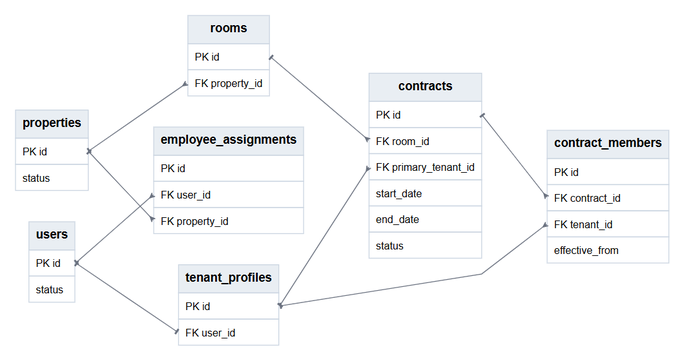
This is docs/diagrams/erd-cu-tru.png from hieunofun/quanlytro, a Graphviz export, as it was before one commit. Its source is kept beside it as docs/diagrams/erd-cu-tru.dot.
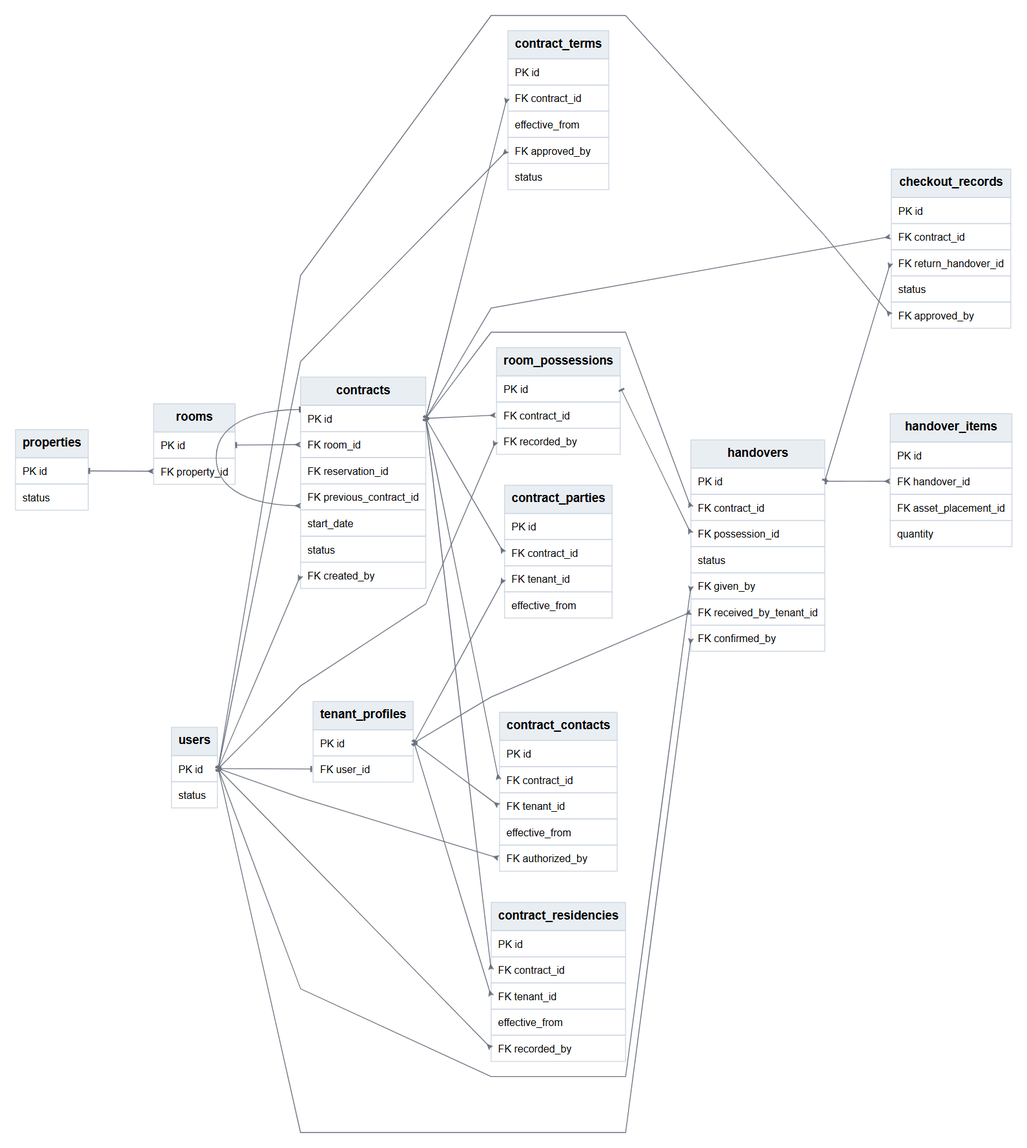
After the commit.

Change to the diagram source:
```diff
@@ -6,15 +6,39 @@
 tenant_profiles [label=<<TABLE BORDER="0" CELLBORDER="1" CELLSPACING="0" CELLPADDING="7" COLOR="#CBD5E1"><TR><TD BGCOLOR="#E9EEF3"><B>tenant_profiles</B></TD></TR><TR><TD PORT="id" ALIGN="LEFT"><FONT POINT-SIZE="12">PK id</FONT></TD></TR><TR><TD PORT="user_id" ALIGN="LEFT"><FONT POINT-SIZE="12">FK user_id</FONT></TD></TR></TABLE>>];
 properties [label=<<TABLE BORDER="0" CELLBORDER="1" CELLSPACING="0" CELLPADDING="7" COLOR="#CBD5E1"><TR><TD BGCOLOR="#E9EEF3"><B>properties</B></TD></TR><TR><TD PORT="id" ALIGN="LEFT"><FONT POINT-SIZE="12">PK id</FONT></TD></TR><TR><TD PORT="status" ALIGN="LEFT"><FONT POINT-SIZE="12">status</FONT></TD></TR></TABLE>>];
 rooms [label=<<TABLE BORDER="0" CELLBORDER="1" CELLSPACING="0" CELLPADDING="7" COLOR="#CBD5E1"><TR><TD BGCOLOR="#E9EEF3"><B>rooms</B></TD></TR><TR><TD PORT="id" ALIGN="LEFT"><FONT POINT-SIZE="12">PK id</FONT></TD></TR><TR><TD PORT="property_id" ALIGN="LEFT"><FONT POINT-SIZE="12">FK property_id</FONT></TD></TR></TABLE>>];
-contracts [label=<<TABLE BORDER="0" CELLBORDER="1" CELLSPACING="0" CELLPADDING="7" COLOR="#CBD5E1"><TR><TD BGCOLOR="#E9EEF3"><B>contracts</B></TD></TR><TR><TD PORT="id" ALIGN="LEFT"><FONT POINT-SIZE="12">PK id</FONT></TD></TR><TR><TD PORT="room_id" ALIGN="LEFT"><FONT POINT-SIZE="12">FK room_id</FONT></TD></TR><TR><TD PORT="primary_tenant_id" ALIGN="LEFT"><FONT POINT-SIZE="12">FK primary_tenant_id</FONT></TD></TR><TR><TD PORT="start_date" ALIGN="LEFT"><FONT POINT-SIZE="12">start_date</FONT></TD></TR><TR><TD PORT="end_date" ALIGN="LEFT"><FONT POINT-SIZE="12">end_date</FONT></TD></TR><TR><TD PORT="status" ALIGN="LEFT"><FONT POINT-SIZE="12">status</FONT></TD></TR></TABLE>>];
-contract_members [label=<<TABLE BORDER="0" CELLBORDER="1" CELLSPACING="0" CELLPADDING="7" COLOR="#CBD5E1"><TR><TD BGCOLOR="#E9EEF3"><B>contract_members</B></TD></TR><TR><TD PORT="id" ALIGN="LEFT"><FONT POINT-SIZE="12">PK id</FONT></TD></TR><TR><TD PORT="contract_id" ALIGN="LEFT"><FONT POINT-SIZE="12">FK contract_id</FONT></TD></TR><TR><TD PORT="tenant_id" ALIGN="LEFT"><FONT POINT-SIZE="12">FK tenant_id</FONT></TD></TR><TR><TD PORT="effective_from" ALIGN="LEFT"><FONT POINT-SIZE="12">effective_from</FONT></TD></TR></TABLE>>];
-employee_assignments [label=<<TABLE BORDER="0" CELLBORDER="1" CELLSPACING="0" CELLPADDING="7" COLOR="#CBD5E1"><TR><TD BGCOLOR="#E9EEF3"><B>employee_assignments</B></TD></TR><TR><TD PORT="id" ALIGN="LEFT"><FONT POINT-SIZE="12">PK id</FONT></TD></TR><TR><TD PORT="user_id" ALIGN="LEFT"><FONT POINT-SIZE="12">FK user_id</FONT></TD></TR><TR><TD PORT="property_id" ALIGN="LEFT"><FONT POINT-SIZE="12">FK property_id</FONT></TD></TR></TABLE>>];
-contracts:id -> contract_members:contract_id [dir=both, arrowtail=tee, arrowhead=crow];
-tenant_profiles:id -> contract_members:tenant_id [dir=both, arrowtail=tee, arrowhead=crow];
-tenant_profiles:id -> contracts:primary_tenant_id [dir=both, arrowtail=tee, arrowhead=crow];
+contracts [label=<<TABLE BORDER="0" CELLBORDER="1" CELLSPACING="0" CELLPADDING="7" COLOR="#CBD5E1"><TR><TD BGCOLOR="#E9EEF3"><B>contracts</B></TD></TR><TR><TD PORT="id" ALIGN="LEFT"><FONT POINT-SIZE="12">PK id</FONT></TD></TR><TR><TD PORT="room_id" ALIGN="LEFT"><FONT POINT-SIZE="12">FK room_id</FONT></TD></TR><TR><TD PORT="reservation_id" ALIGN="LEFT"><FONT POINT-SIZE="12">FK reservation_id</FONT></TD></TR><TR><TD PORT="previous_contract_id" ALIGN="LEFT"><FONT POINT-SIZE="12">FK previous_contract_id</FONT></TD></TR><TR><TD PORT="start_date" ALIGN="LEFT"><FONT POINT-SIZE="12">start_date</FONT></TD></TR><TR><TD PORT="status" ALIGN="LEFT"><FONT POINT-SIZE="12">status</FONT></TD></TR><TR><TD PORT="created_by" ALIGN="LEFT"><FONT POINT-SIZE="12">FK created_by</FONT></TD></TR></TABLE>>];
+contract_parties [label=<<TABLE BORDER="0" CELLBORDER="1" CELLSPACING="0" CELLPADDING="7" COLOR="#CBD5E1"><TR><TD BGCOLOR="#E9EEF3"><B>contract_parties</B></TD></TR><TR><TD PORT="id" ALIGN="LEFT"><FONT POINT-SIZE="12">PK id</FONT></TD></TR><TR><TD PORT="contract_id" ALIGN="LEFT"><FONT POINT-SIZE="12">FK contract_id</FONT></TD></TR><TR><TD PORT="tenant_id" ALIGN="LEFT"><FONT POINT-SIZE="12">FK tenant_id</FONT></TD></TR><TR><TD PORT="effective_from" ALIGN="LEFT"><FONT POINT-SIZE="12">effective_from</FONT></TD></TR></TABLE>>];
+contract_contacts [label=<<TABLE BORDER="0" CELLBORDER="1" CELLSPACING="0" CELLPADDING="7" COLOR="#CBD5E1"><TR><TD BGCOLOR="#E9EEF3"><B>contract_contacts</B></TD></TR><TR><TD PORT="id" ALIGN="LEFT"><FONT POINT-SIZE="12">PK id</FONT></TD></TR><TR><TD PORT="contract_id" ALIGN="LEFT"><FONT POINT-SIZE="12">FK contract_id</FONT></TD></TR><TR><TD PORT="tenant_id" ALIGN="LEFT"><FONT POINT-SIZE="12">FK tenant_id</FONT></TD></TR><TR><TD PORT="effective_from" ALIGN="LEFT"><FONT POINT-SIZE="12">effective_from</FONT></TD></TR><TR><TD PORT="authorized_by" ALIGN="LEFT"><FONT POINT-SIZE="12">FK authorized_by</FONT></TD></TR></TABLE>>];
+contract_residencies [label=<<TABLE BORDER="0" CELLBORDER="1" CELLSPACING="0" CELLPADDING="7" COLOR="#CBD5E1"><TR><TD BGCOLOR="#E9EEF3"><B>contract_residencies</B></TD></TR><TR><TD PORT="id" ALIGN="LEFT"><FONT POINT-SIZE="12">PK id</FONT></TD></TR><TR><TD PORT="contract_id" ALIGN="LEFT"><FONT POINT-SIZE="12">FK contract_id</FONT></TD></TR><TR><TD PORT="tenant_id" ALIGN="LEFT"><FONT POINT-SIZE="12">FK tenant_id</FONT></TD></TR><TR><TD PORT="effective_from" ALIGN="LEFT"><FONT POINT-SIZE="12">effective_from</FONT></TD></TR><TR><TD PORT="recorded_by" ALIGN="LEFT"><FONT POINT-SIZE="12">FK recorded_by</FONT></TD></TR></TABLE>>];
+contract_terms [label=<<TABLE BORDER="0" CELLBORDER="1" CELLSPACING="0" CELLPADDING="7" COLOR="#CBD5E1"><TR><TD BGCOLOR="#E9EEF3"><B>contract_terms</B></TD></TR><TR><TD PORT="id" ALIGN="LEFT"><FONT POINT-SIZE="12">PK id</FONT></TD></TR><TR><TD PORT="contract_id" ALIGN="LEFT"><FONT POINT-SIZE="12">FK contract_id</FONT></TD></TR><TR><TD PORT="effective_from" ALIGN="LEFT"><FONT POINT-SIZE="12">effective_from</FONT></TD></TR><TR><TD PORT="approved_by" ALIGN="LEFT"><FONT POINT-SIZE="12">FK approved_by</FONT></TD></TR><TR><TD PORT="status" ALIGN="LEFT"><FONT POINT-SIZE="12">status</FONT></TD></TR></TABLE>>];
+room_possessions [label=<<TABLE BORDER="0" CELLBORDER="1" CELLSPACING="0" CELLPADDING="7" COLOR="#CBD5E1"><TR><TD BGCOLOR="#E9EEF3"><B>room_possessions</B></TD></TR><TR><TD PORT="id" ALIGN="LEFT"><FONT POINT-SIZE="12">PK id</FONT></TD></TR><TR><TD PORT="contract_id" ALIGN="LEFT"><FONT POINT-SIZE="12">FK contract_id</FONT></TD></TR><TR><TD PORT="recorded_by" ALIGN="LEFT"><FONT POINT-SIZE="12">FK recorded_by</FONT></TD></TR></TABLE>>];
+handovers [label=<<TABLE BORDER="0" CELLBORDER="1" CELLSPACING="0" CELLPADDING="7" COLOR="#CBD5E1"><TR><TD BGCOLOR="#E9EEF3"><B>handovers</B></TD></TR><TR><TD PORT="id" ALIGN="LEFT"><FONT POINT-SIZE="12">PK id</FONT></TD></TR><TR><TD PORT="contract_id" ALIGN="LEFT"><FONT POINT-SIZE="12">FK contract_id</FONT></TD></TR><TR><TD PORT="possession_id" ALIGN="LEFT"><FONT POINT-SIZE="12">FK possession_id</FONT></TD></TR><TR><TD PORT="status" ALIGN="LEFT"><FONT POINT-SIZE="12">status</FONT></TD></TR><TR><TD PORT="given_by" ALIGN="LEFT"><FONT POINT-SIZE="12">FK given_by</FONT></TD></TR><TR><TD PORT="received_by_tenant_id" ALIGN="LEFT"><FONT POINT-SIZE="12">FK received_by_tenant_id</FONT></TD></TR><TR><TD PORT="confirmed_by" ALIGN="LEFT"><FONT POINT-SIZE="12">FK confirmed_by</FONT></TD></TR></TABLE>>];
+handover_items [label=<<TABLE BORDER="0" CELLBORDER="1" CELLSPACING="0" CELLPADDING="7" COLOR="#CBD5E1"><TR><TD BGCOLOR="#E9EEF3"><B>handover_items</B></TD></TR><TR><TD PORT="id" ALIGN="LEFT"><FONT POINT-SIZE="12">PK id</FONT></TD></TR><TR><TD PORT="handover_id" ALIGN="LEFT"><FONT POINT-SIZE="12">FK handover_id</FONT></TD></TR><TR><TD PORT="asset_placement_id" ALIGN="LEFT"><FONT POINT-SIZE="12">FK asset_placement_id</FONT></TD></TR><TR><TD PORT="quantity" ALIGN="LEFT"><FONT POINT-SIZE="12">quantity</FONT></TD></TR></TABLE>>];
+checkout_records [label=<<TABLE BORDER="0" CELLBORDER="1" CELLSPACING="0" CELLPADDING="7" COLOR="#CBD5E1"><TR><TD BGCOLOR="#E9EEF3"><B>checkout_records</B></TD></TR><TR><TD PORT="id" ALIGN="LEFT"><FONT POINT-SIZE="12">PK id</FONT></TD></TR><TR><TD PORT="contract_id" ALIGN="LEFT"><FONT POINT-SIZE="12">FK contract_id</FONT></TD></TR><TR><TD PORT="return_handover_id" ALIGN="LEFT"><FONT POINT-SIZE="12">FK return_handover_id</FONT></TD></TR><TR><TD PORT="status" ALIGN="LEFT"><FONT POINT-SIZE="12">status</FONT></TD></TR><TR><TD PORT="approved_by" ALIGN="LEFT"><FONT POINT-SIZE="12">FK approved_by</FONT></TD></TR></TABLE>>];
+users:id -> checkout_records:approved_by [dir=both, arrowtail=tee, arrowhead=crow];
+contracts:id -> checkout_records:contract_id [dir=both, arrowtail=tee, arrowhead=crow];
+handovers:id -> checkout_records:return_handover_id [dir=both, arrowtail=tee, arrowhead=crow];
+users:id -> contract_contacts:authorized_by [dir=both, arrowtail=tee, arrowhead=crow];
+contracts:id -> contract_contacts:contract_id [dir=both, arrowtail=tee, arrowhead=crow];
+tenant_profiles:id -> contract_contacts:tenant_id [dir=both, arrowtail=tee, arrowhead=crow];
+contracts:id -> contract_parties:contract_id [dir=both, arrowtail=tee, arrowhead=crow];
+tenant_profiles:id -> contract_parties:tenant_id [dir=both, arrowtail=tee, arrowhead=crow];
+contracts:id -> contract_residencies:contract_id [dir=both, arrowtail=tee, arrowhead=crow];
+users:id -> contract_residencies:recorded_by [dir=both, arrowtail=tee, arrowhead=crow];
+tenant_profiles:id -> contract_residencies:tenant_id [dir=both, arrowtail=tee, arrowhead=crow];
+users:id -> contract_terms:approved_by [dir=both, arrowtail=tee, arrowhead=crow];
+contracts:id -> contract_terms:contract_id [dir=both, arrowtail=tee, arrowhead=crow];
+users:id -> contracts:created_by [dir=both, arrowtail=tee, arrowhead=crow];
+contracts:id -> contracts:previous_contract_id [dir=both, arrowtail=tee, arrowhead=crow];
 rooms:id -> contracts:room_id [dir=both, arrowtail=tee, arrowhead=crow];
-properties:id -> employee_assignments:property_id [dir=both, arrowtail=tee, arrowhead=crow];
-users:id -> employee_assignments:user_id [dir=both, arrowtail=tee, arrowhead=crow];
+handovers:id -> handover_items:handover_id [dir=both, arrowtail=tee, arrowhead=crow];
+users:id -> handovers:confirmed_by [dir=both, arrowtail=tee, arrowhead=crow];
+contracts:id -> handovers:contract_id [dir=both, arrowtail=tee, arrowhead=crow];
+users:id -> handovers:given_by [dir=both, arrowtail=tee, arrowhead=crow];
+room_possessions:id -> handovers:possession_id [dir=both, arrowtail=tee, arrowhead=crow];
+tenant_profiles:id -> handovers:received_by_tenant_id [dir=both, arrowtail=tee, arrowhead=crow];
+contracts:id -> room_possessions:contract_id [dir=both, arrowtail=tee, arrowhead=crow];
+users:id -> room_possessions:recorded_by [dir=both, arrowtail=tee, arrowhead=crow];
 properties:id -> rooms:property_id [dir=both, arrowtail=tee, arrowhead=crow];
 users:id -> tenant_profiles:user_id [dir=both, arrowtail=tee, arrowhead=tee];
 }
```
